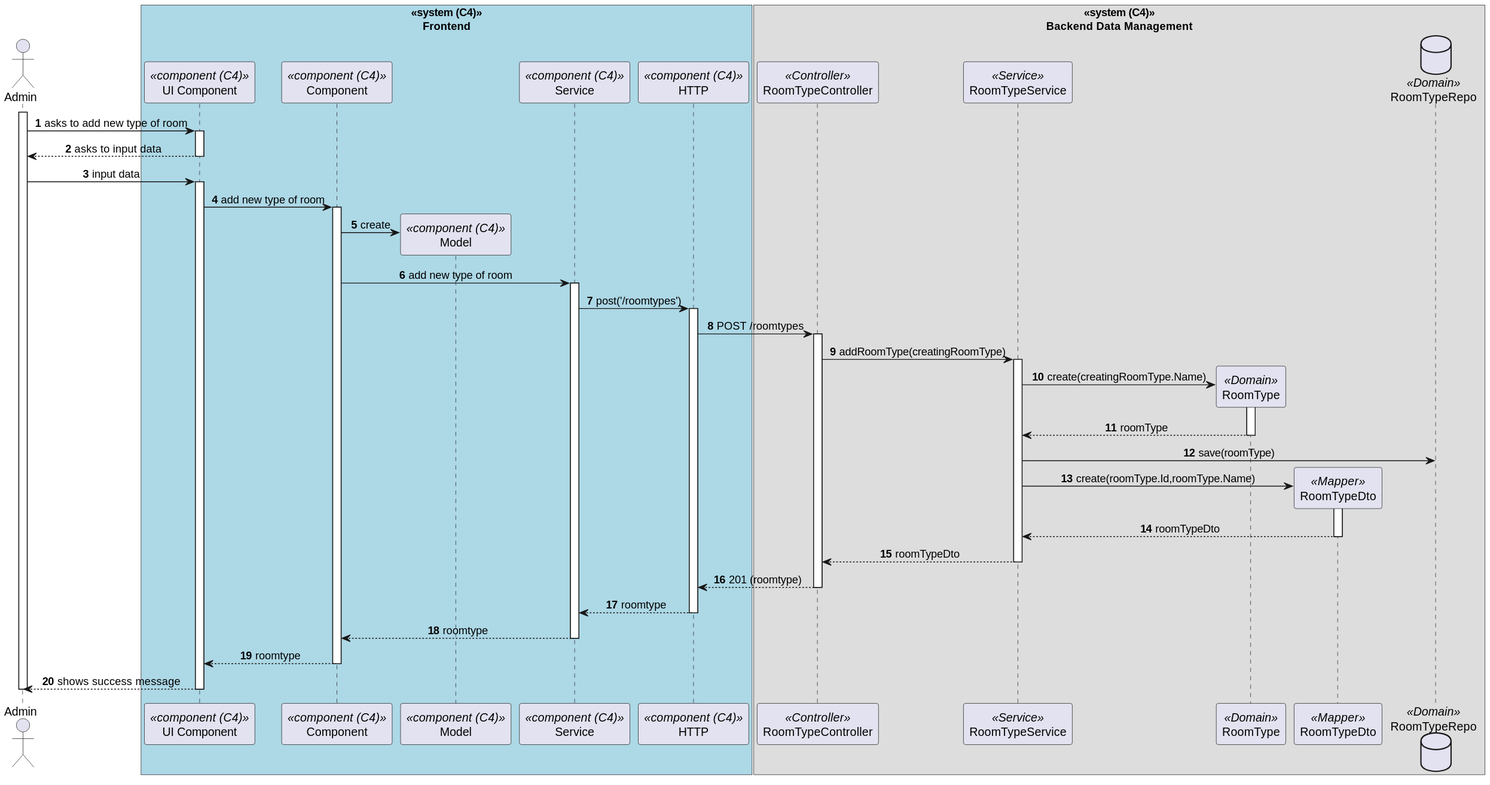
Above: docs/sprint-c/us-7.2.10/views/level3/process-view.svg in 1220846/sem5pi-24-25-3ddg20 (PlantUML), before the change.
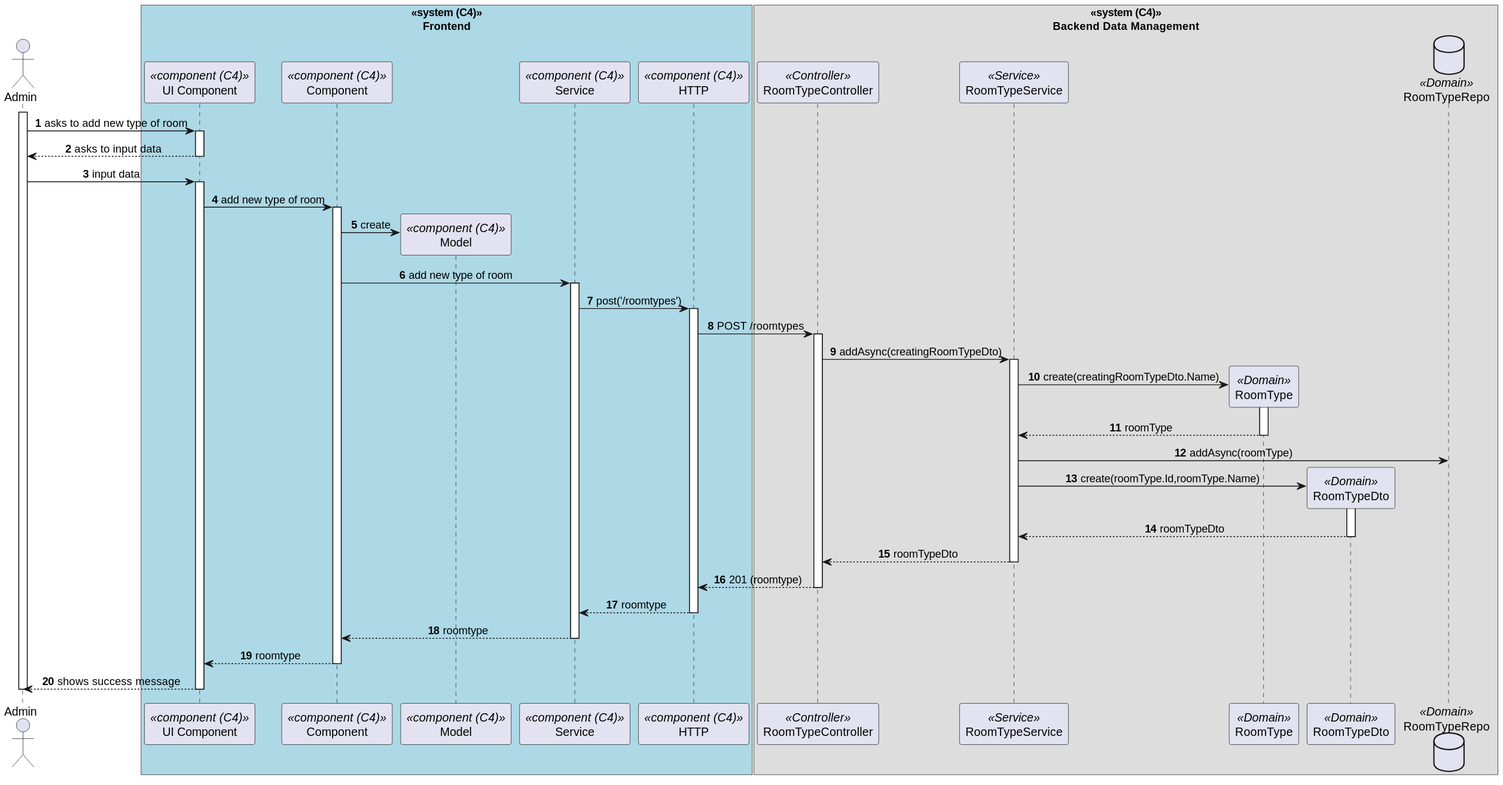
The same diagram one commit later.

Commit message:
docs: fix name methods #109

The edit, as a diff of the source:
```diff
@@ -15,7 +15,7 @@
     participant Controller as "RoomTypeController"<<Controller>>
     participant Service_ as "RoomTypeService"<<Service>>
     participant RoomType as "RoomType"<<Domain>>
-    participant RoomTypeDto as "RoomTypeDto"<<Mapper>>
+    participant RoomTypeDto as "RoomTypeDto"<<Domain>>
     database RoomTypeRepo as "RoomTypeRepo"<<Domain>>
 end box
 
@@ -46,17 +46,17 @@
                     HTTP -> Controller : POST /roomtypes
 
                         activate Controller
-                            Controller -> Service_ : addRoomType(creatingRoomType)
+                            Controller -> Service_ : addAsync(creatingRoomTypeDto)
 
                             activate Service_
 
-                                Service_ -> RoomType**: create(creatingRoomType.Name)
+                                Service_ -> RoomType**: create(creatingRoomTypeDto.Name)
 
                                 activate RoomType
                                     RoomType --> Service_ : roomType
                                 deactivate RoomType
 
-                                Service_ -> RoomTypeRepo : save(roomType)
+                                Service_ -> RoomTypeRepo : addAsync(roomType)
 
                                 Service_ -> RoomTypeDto** : create(roomType.Id,roomType.Name)
 
```
